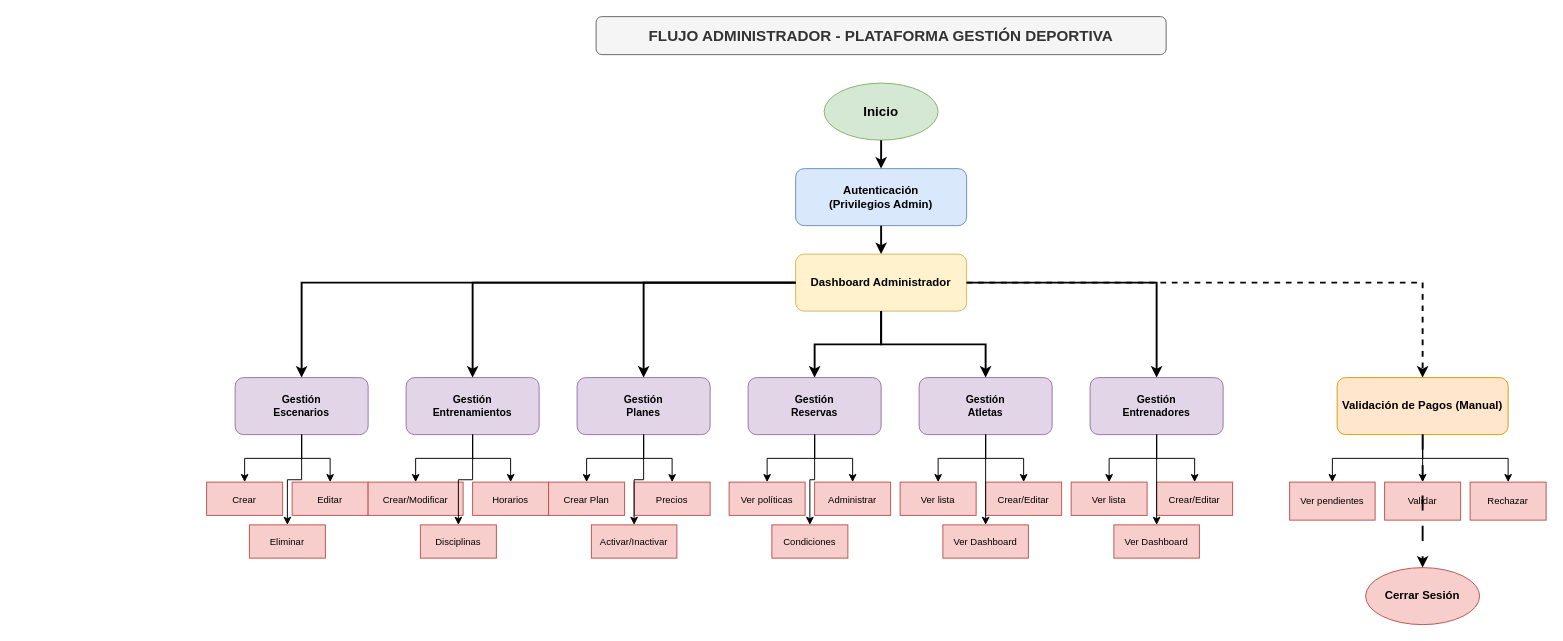
Earlier version of the draw.io diagram page "1. Flujo Administrador" (1 of 3) of projectspec/diagrams/athlete-jurney.drawio (SergioRojasM/app-sports-manager). Source tidied: cells renumbered, new cells numbered last; positions are measured from the earlier drawing's top-left corner, leaving out a move shared by most shapes. Both pictures are drawn from the tidied source at 95%, with x=0, y=0 at pixel (206, 16).
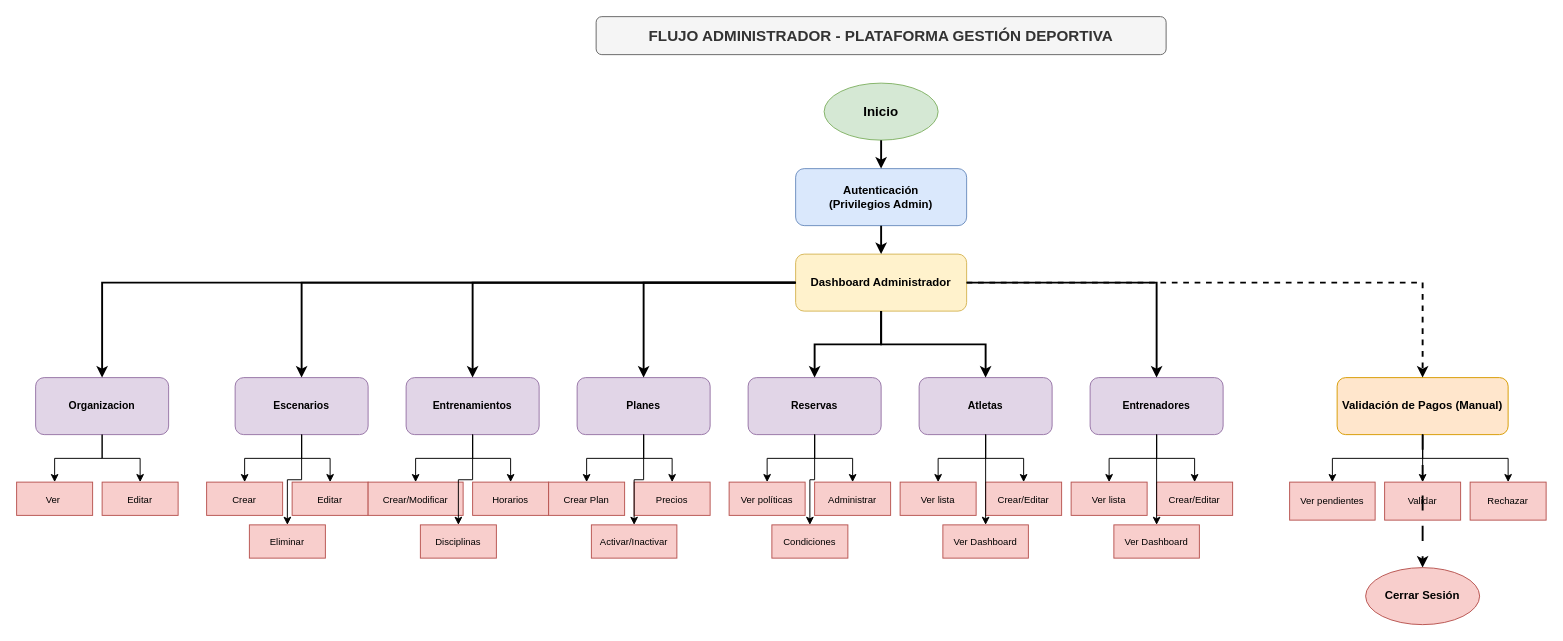
The same diagram, later.

Unchanged cells that the change refers to:
```xml
<mxCell id="6" value="Dashboard Administrador" style="rounded=1;whiteSpace=wrap;html=1;fillColor=#fff2cc;strokeColor=#d6b656;fontSize=12;fontStyle=1;" parent="1" vertex="1">
  <mxGeometry x="620" y="250" width="180" height="60" as="geometry" />
</mxCell>
```

What changed in the source:
```diff
@@
-    <mxCell id="8" value="Gestión&#10;Escenarios" style="rounded=1;whiteSpace=wrap;html=1;fillColor=#e1d5e7;strokeColor=#9673a6;fontSize=11;fontStyle=1;" parent="1" vertex="1">
+    <mxCell id="8" value="Escenarios" style="rounded=1;whiteSpace=wrap;html=1;fillColor=#e1d5e7;strokeColor=#9673a6;fontSize=11;fontStyle=1;" parent="1" vertex="1">
       <mxGeometry x="30" y="380" width="140" height="60" as="geometry" />
     </mxCell>
-    <mxCell id="9" value="Gestión&#10;Entrenamientos" style="rounded=1;whiteSpace=wrap;html=1;fillColor=#e1d5e7;strokeColor=#9673a6;fontSize=11;fontStyle=1;" parent="1" vertex="1">
+    <mxCell id="9" value="Entrenamientos" style="rounded=1;whiteSpace=wrap;html=1;fillColor=#e1d5e7;strokeColor=#9673a6;fontSize=11;fontStyle=1;" parent="1" vertex="1">
       <mxGeometry x="210" y="380" width="140" height="60" as="geometry" />
     </mxCell>
-    <mxCell id="10" value="Gestión&#10;Planes" style="rounded=1;whiteSpace=wrap;html=1;fillColor=#e1d5e7;strokeColor=#9673a6;fontSize=11;fontStyle=1;" parent="1" vertex="1">
+    <mxCell id="10" value="Planes" style="rounded=1;whiteSpace=wrap;html=1;fillColor=#e1d5e7;strokeColor=#9673a6;fontSize=11;fontStyle=1;" parent="1" vertex="1">
       <mxGeometry x="390" y="380" width="140" height="60" as="geometry" />
     </mxCell>
-    <mxCell id="11" value="Gestión&#10;Reservas" style="rounded=1;whiteSpace=wrap;html=1;fillColor=#e1d5e7;strokeColor=#9673a6;fontSize=11;fontStyle=1;" parent="1" vertex="1">
+    <mxCell id="11" value="Reservas" style="rounded=1;whiteSpace=wrap;html=1;fillColor=#e1d5e7;strokeColor=#9673a6;fontSize=11;fontStyle=1;" parent="1" vertex="1">
       <mxGeometry x="570" y="380" width="140" height="60" as="geometry" />
     </mxCell>
-    <mxCell id="12" value="Gestión&#10;Atletas" style="rounded=1;whiteSpace=wrap;html=1;fillColor=#e1d5e7;strokeColor=#9673a6;fontSize=11;fontStyle=1;" parent="1" vertex="1">
+    <mxCell id="12" value="Atletas" style="rounded=1;whiteSpace=wrap;html=1;fillColor=#e1d5e7;strokeColor=#9673a6;fontSize=11;fontStyle=1;" parent="1" vertex="1">
       <mxGeometry x="750" y="380" width="140" height="60" as="geometry" />
     </mxCell>
-    <mxCell id="13" value="Gestión&#10;Entrenadores" style="rounded=1;whiteSpace=wrap;html=1;fillColor=#e1d5e7;strokeColor=#9673a6;fontSize=11;fontStyle=1;" parent="1" vertex="1">
+    <mxCell id="13" value="Entrenadores" style="rounded=1;whiteSpace=wrap;html=1;fillColor=#e1d5e7;strokeColor=#9673a6;fontSize=11;fontStyle=1;" parent="1" vertex="1">
       <mxGeometry x="930" y="380" width="140" height="60" as="geometry" />
     </mxCell>
@@
+    <mxCell id="66" value="Organizacion" style="rounded=1;whiteSpace=wrap;html=1;fillColor=#e1d5e7;strokeColor=#9673a6;fontSize=11;fontStyle=1;" parent="1" vertex="1">
+      <mxGeometry x="-180" y="380" width="140" height="60" as="geometry" />
+    </mxCell>
+    <mxCell id="67" style="edgeStyle=orthogonalEdgeStyle;rounded=0;jettySize=auto;html=1;strokeWidth=2;exitX=0;exitY=0.5;exitDx=0;exitDy=0;" parent="1" edge="1" source="6" target="66">
+      <mxGeometry relative="1" as="geometry" />
+    </mxCell>
+    <mxCell id="68" value="Editar" style="rounded=0;whiteSpace=wrap;html=1;fillColor=#f8cecc;strokeColor=#b85450;fontSize=10;" parent="1" vertex="1">
+      <mxGeometry x="-110" y="490" width="80" height="35" as="geometry" />
+    </mxCell>
+    <mxCell id="69" value="Ver&amp;nbsp;" style="rounded=0;whiteSpace=wrap;html=1;fillColor=#f8cecc;strokeColor=#b85450;fontSize=10;" parent="1" vertex="1">
+      <mxGeometry x="-200" y="490" width="80" height="35" as="geometry" />
+    </mxCell>
+    <mxCell id="70" style="edgeStyle=orthogonalEdgeStyle;rounded=0;jettySize=auto;html=1;strokeWidth=1;exitX=0.5;exitY=1;exitDx=0;exitDy=0;" parent="1" edge="1" source="66" target="69">
+      <mxGeometry relative="1" as="geometry" />
+    </mxCell>
+    <mxCell id="71" style="edgeStyle=orthogonalEdgeStyle;rounded=0;jettySize=auto;html=1;strokeWidth=1;exitX=0.5;exitY=1;exitDx=0;exitDy=0;entryX=0.5;entryY=0;entryDx=0;entryDy=0;" parent="1" edge="1" source="66" target="68">
+      <mxGeometry relative="1" as="geometry" />
+    </mxCell>
```
